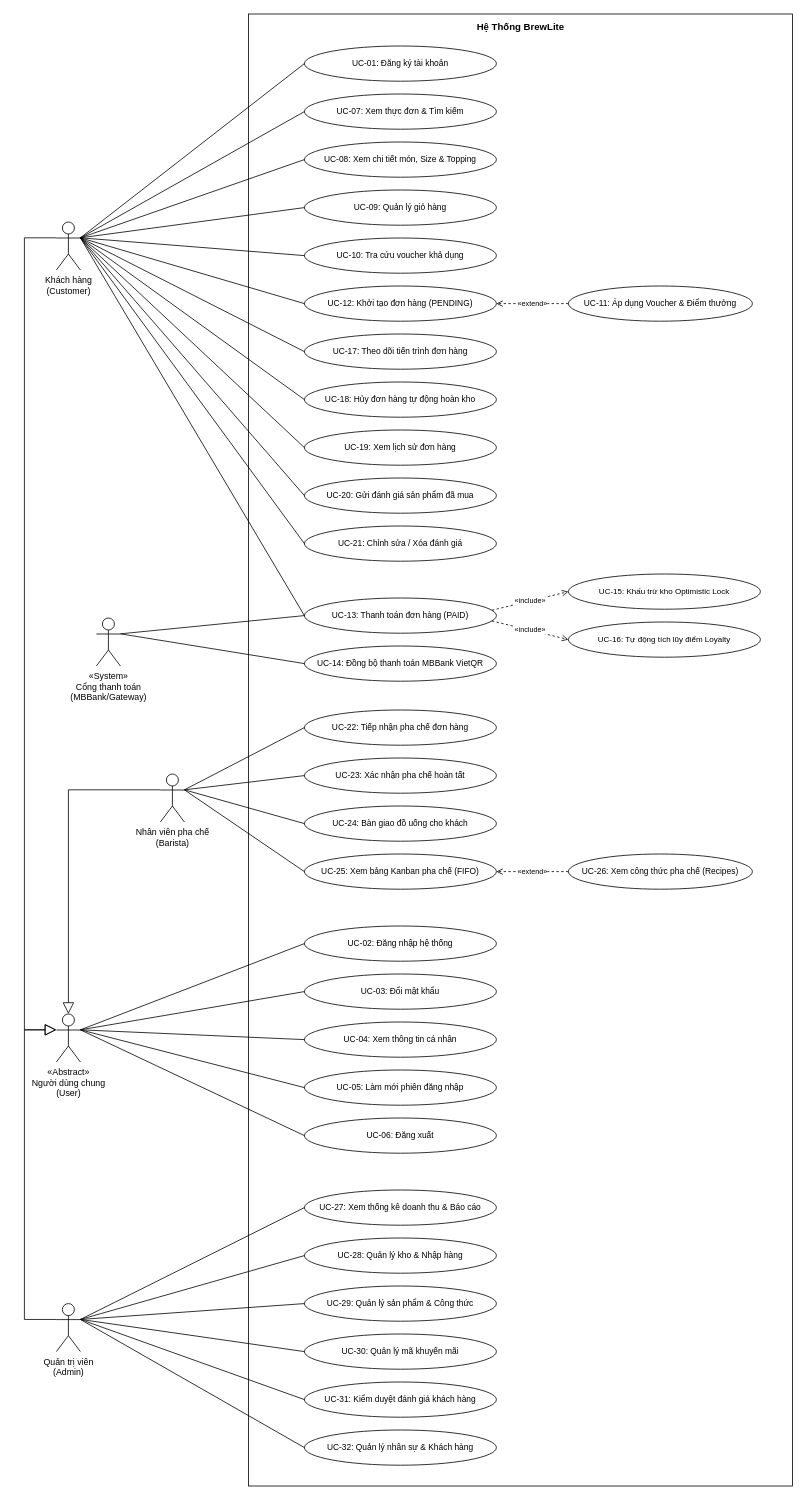
The draw.io diagram docs/diagrams/usecases/01-usecase-overall.drawio in hanhdevsgu/BrewLite-Assignment2, before the edit. Source tidied: cells renumbered, new cells numbered last; positions are measured from the earlier drawing's top-left corner, leaving out a move shared by most shapes. Both pictures are drawn from the tidied source at 80%, with x=0, y=0 at pixel (24, 14).
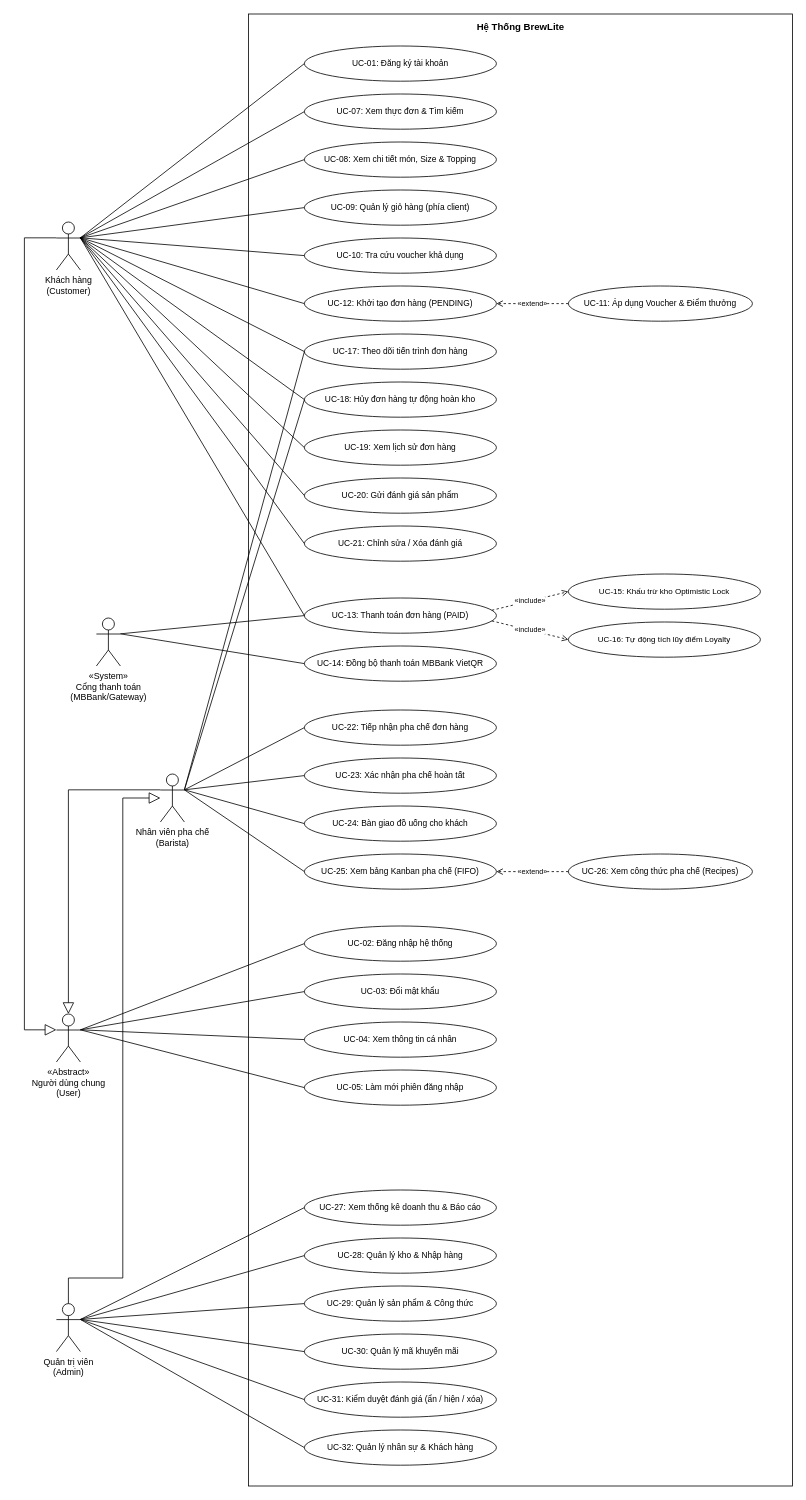
The same page after the edit.

Commit message (it also covers changes not shown here):
docs(diagrams): update final Usecase (01, 03) and Activity diagrams and re-export crisp PNGs

Unchanged cells that the change refers to:
```xml
<mxCell id="6" value="Nhân viên pha chế&lt;br&gt;(Barista)" style="shape=umlActor;verticalLabelPosition=bottom;verticalAlign=top;html=1;fontSize=11;strokeColor=#000000;fontColor=#000000;fillColor=#FFFFFF;" parent="1" vertex="1">
  <mxGeometry x="170" y="950" width="30" height="60" as="geometry" />
</mxCell>
<mxCell id="7" value="«Abstract»&lt;br&gt;Người dùng chung&lt;br&gt;(User)" style="shape=umlActor;verticalLabelPosition=bottom;verticalAlign=top;html=1;fontSize=11;strokeColor=#000000;fontColor=#000000;fillColor=#FFFFFF;" parent="1" vertex="1">
  <mxGeometry x="40" y="1250" width="30" height="60" as="geometry" />
</mxCell>
<mxCell id="8" value="Quản trị viên&lt;br&gt;(Admin)" style="shape=umlActor;verticalLabelPosition=bottom;verticalAlign=top;html=1;fontSize=11;strokeColor=#000000;fontColor=#000000;fillColor=#FFFFFF;" parent="1" vertex="1">
  <mxGeometry x="40" y="1612" width="30" height="60" as="geometry" />
</mxCell>
<mxCell id="16" value="UC-17: Theo dõi tiến trình đơn hàng" style="ellipse;whiteSpace=wrap;html=1;fontSize=10.5;strokeColor=#000000;fontColor=#000000;fillColor=#FFFFFF;" parent="1" vertex="1">
  <mxGeometry x="350" y="400" width="240" height="44" as="geometry" />
</mxCell>
<mxCell id="17" value="UC-18: Hủy đơn hàng tự động hoàn kho" style="ellipse;whiteSpace=wrap;html=1;fontSize=10.5;strokeColor=#000000;fontColor=#000000;fillColor=#FFFFFF;" parent="1" vertex="1">
  <mxGeometry x="350" y="460" width="240" height="44" as="geometry" />
</mxCell>
```

Change to the diagram source:
```diff
@@
-    <mxCell id="12" value="UC-09: Quản lý giỏ hàng" style="ellipse;whiteSpace=wrap;html=1;fontSize=10.5;strokeColor=#000000;fontColor=#000000;fillColor=#FFFFFF;" parent="1" vertex="1">
+    <mxCell id="12" value="UC-09: Quản lý giỏ hàng (phía client)" style="ellipse;whiteSpace=wrap;html=1;fontSize=10.5;strokeColor=#000000;fontColor=#000000;fillColor=#FFFFFF;" parent="1" vertex="1">
       <mxGeometry x="350" y="220" width="240" height="44" as="geometry" />
     </mxCell>
@@
-    <mxCell id="19" value="UC-20: Gửi đánh giá sản phẩm đã mua" style="ellipse;whiteSpace=wrap;html=1;fontSize=10.5;strokeColor=#000000;fontColor=#000000;fillColor=#FFFFFF;" parent="1" vertex="1">
+    <mxCell id="19" value="UC-20: Gửi đánh giá sản phẩm" style="ellipse;whiteSpace=wrap;html=1;fontSize=10.5;strokeColor=#000000;fontColor=#000000;fillColor=#FFFFFF;" parent="1" vertex="1">
       <mxGeometry x="350" y="580" width="240" height="44" as="geometry" />
     </mxCell>
@@
-    <mxCell id="34" value="UC-06: Đăng xuất" style="ellipse;whiteSpace=wrap;html=1;fontSize=10.5;strokeColor=#000000;fontColor=#000000;fillColor=#FFFFFF;" parent="1" vertex="1">
-      <mxGeometry x="350" y="1380" width="240" height="44" as="geometry" />
-    </mxCell>
@@
-    <mxCell id="39" value="UC-31: Kiểm duyệt đánh giá khách hàng" style="ellipse;whiteSpace=wrap;html=1;fontSize=10.5;strokeColor=#000000;fontColor=#000000;fillColor=#FFFFFF;" parent="1" vertex="1">
+    <mxCell id="39" value="UC-31: Kiểm duyệt đánh giá (ẩn / hiện / xóa)" style="ellipse;whiteSpace=wrap;html=1;fontSize=10.5;strokeColor=#000000;fontColor=#000000;fillColor=#FFFFFF;" parent="1" vertex="1">
       <mxGeometry x="350" y="1710" width="240" height="44" as="geometry" />
     </mxCell>
@@
-    <mxCell id="63" style="endArrow=none;html=1;strokeColor=#000000;exitX=1;exitY=0.33;exitDx=0;exitDy=0;entryX=0;entryY=0.5;entryDx=0;entryDy=0;" parent="1" edge="1" source="7" target="34">
-      <mxGeometry relative="1" as="geometry" />
-    </mxCell>
@@
+    <mxCell id="77" style="endArrow=none;html=1;strokeColor=#000000;exitX=1;exitY=0.33;exitDx=0;exitDy=0;entryX=0;entryY=0.5;entryDx=0;entryDy=0;" parent="1" edge="1" source="6" target="16">
+      <mxGeometry relative="1" as="geometry" />
+    </mxCell>
+    <mxCell id="78" style="endArrow=none;html=1;strokeColor=#000000;exitX=1;exitY=0.33;exitDx=0;exitDy=0;entryX=0;entryY=0.5;entryDx=0;entryDy=0;" parent="1" edge="1" source="6" target="17">
+      <mxGeometry relative="1" as="geometry" />
+    </mxCell>
@@
-    <mxCell id="72" style="edgeStyle=orthogonalEdgeStyle;rounded=0;endArrow=block;endFill=0;endSize=12;html=1;strokeColor=#000000;exitX=0;exitY=0.33;exitDx=0;exitDy=0;entryX=0;entryY=0.33;entryDx=0;entryDy=0;" parent="1" edge="1" source="8" target="7">
+    <mxCell id="72" style="edgeStyle=orthogonalEdgeStyle;rounded=0;endArrow=block;endFill=0;endSize=12;html=1;strokeColor=#000000;exitX=0.5;exitY=0;exitDx=0;exitDy=0;entryX=0;entryY=0.5;entryDx=0;entryDy=0;" parent="1" edge="1" source="8" target="6">
       <mxGeometry relative="1" as="geometry">
         <Array as="points">
-          <mxPoint y="1632" />
-          <mxPoint y="1270" />
+          <mxPoint x="55" y="1580" />
+          <mxPoint x="123" y="1580" />
+          <mxPoint x="123" y="980" />
         </Array>
       </mxGeometry>
     </mxCell>
```
